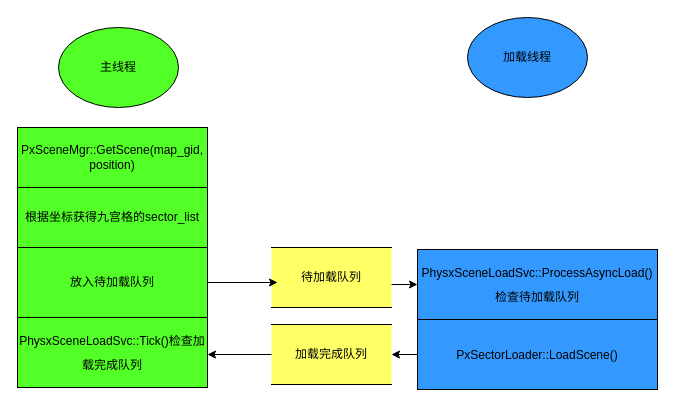
Above: docs/Untitled Diagram5.drawio in justinzhuguangwen/behaviac (draw.io), before the change. Source tidied: cells renumbered, new cells numbered last; positions are measured from the earlier drawing's top-left corner, leaving out a move shared by most shapes. Both pictures are drawn from the tidied source at 100%, with x=0, y=0 at pixel (17, 17).
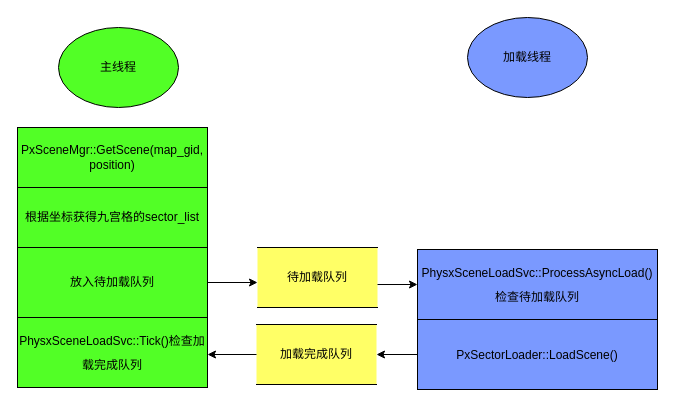
Above is the later version.

What changed in the source:
```diff
@@
 <mxGraphModel>
   <root>
     <mxCell id="0" />
     <mxCell id="1" parent="0" />
     <mxCell id="2" value="PxSceneMgr::GetScene(map_gid, position)" style="rounded=0;whiteSpace=wrap;html=1;fillColor=#52FF26;" parent="1" vertex="1">
       <mxGeometry y="110" width="190" height="60" as="geometry" />
     </mxCell>
     <mxCell id="3" value="根据坐标获得九宫格的sector_list" style="rounded=0;whiteSpace=wrap;html=1;fillColor=#52FF26;" parent="1" vertex="1">
       <mxGeometry y="170" width="190" height="60" as="geometry" />
     </mxCell>
     <mxCell id="4" value="放入待加载队列" style="rounded=0;whiteSpace=wrap;html=1;fillColor=#52FF26;" parent="1" vertex="1">
       <mxGeometry y="230" width="190" height="70" as="geometry" />
     </mxCell>
     <mxCell id="5" value="待加载队列" style="shape=partialRectangle;whiteSpace=wrap;html=1;left=0;right=0;fillColor=#FFFF66;" parent="1" vertex="1">
-      <mxGeometry x="254" y="230" width="120" height="60" as="geometry" />
+      <mxGeometry x="240" y="230" width="120" height="60" as="geometry" />
     </mxCell>
     <mxCell id="6" value="加载完成队列" style="shape=partialRectangle;whiteSpace=wrap;html=1;left=0;right=0;fillColor=#FFFF66;" parent="1" vertex="1">
-      <mxGeometry x="254" y="307" width="120" height="60" as="geometry" />
+      <mxGeometry x="239" y="307" width="120" height="60" as="geometry" />
     </mxCell>
     <mxCell id="7" style="endArrow=classic;html=1;rounded=0;exitX=1;exitY=0.5;exitDx=0;exitDy=0;" parent="1" edge="1" source="4">
       <mxGeometry relative="1" as="geometry">
-        <mxPoint x="260" y="265" as="targetPoint" />
+        <mxPoint x="240" y="265" as="targetPoint" />
       </mxGeometry>
     </mxCell>
-    <mxCell id="8" value="&lt;div style=&quot;line-height: 24px;&quot;&gt;PhysxSceneLoadSvc::ProcessAsyncLoad()检查待加载队列&lt;/div&gt;" style="rounded=0;whiteSpace=wrap;html=1;fillColor=#3399FF;" parent="1" vertex="1">
+    <mxCell id="8" value="&lt;div style=&quot;line-height: 24px;&quot;&gt;PhysxSceneLoadSvc::ProcessAsyncLoad()检查待加载队列&lt;/div&gt;" style="rounded=0;whiteSpace=wrap;html=1;fillColor=#7A99FF;" parent="1" vertex="1">
       <mxGeometry x="400" y="232" width="240" height="70" as="geometry" />
     </mxCell>
     <mxCell id="9" style="endArrow=classic;html=1;rounded=0;exitX=1;exitY=0.617;exitDx=0;exitDy=0;exitPerimeter=0;entryX=0;entryY=0.5;entryDx=0;entryDy=0;" parent="1" edge="1" source="5" target="8">
       <mxGeometry relative="1" as="geometry" />
     </mxCell>
-    <mxCell id="10" value="&lt;div style=&quot;line-height: 24px;&quot;&gt;PxSectorLoader::LoadScene()&lt;/div&gt;" style="rounded=0;whiteSpace=wrap;html=1;fillColor=#3399FF;" parent="1" vertex="1">
+    <mxCell id="10" value="&lt;div style=&quot;line-height: 24px;&quot;&gt;PxSectorLoader::LoadScene()&lt;/div&gt;" style="rounded=0;whiteSpace=wrap;html=1;fillColor=#7A99FF;" parent="1" vertex="1">
       <mxGeometry x="400" y="302" width="240" height="70" as="geometry" />
     </mxCell>
     <mxCell id="11" value="&lt;div style=&quot;line-height: 24px;&quot;&gt;PhysxSceneLoadSvc::Tick()检查加载完成队列&lt;/div&gt;" style="rounded=0;whiteSpace=wrap;html=1;fillColor=#52FF26;" parent="1" vertex="1">
       <mxGeometry y="300" width="190" height="70" as="geometry" />
     </mxCell>
     <mxCell id="12" style="endArrow=classic;html=1;rounded=0;exitX=0;exitY=0.5;exitDx=0;exitDy=0;entryX=1;entryY=0.5;entryDx=0;entryDy=0;" parent="1" edge="1" source="10" target="6">
       <mxGeometry relative="1" as="geometry" />
     </mxCell>
     <mxCell id="13" style="endArrow=classic;html=1;rounded=0;exitX=0;exitY=0.5;exitDx=0;exitDy=0;" parent="1" edge="1" source="6">
       <mxGeometry relative="1" as="geometry">
         <mxPoint x="190" y="337" as="targetPoint" />
       </mxGeometry>
     </mxCell>
     <mxCell id="14" value="主线程" style="ellipse;whiteSpace=wrap;html=1;fillColor=#52FF26;" parent="1" vertex="1">
       <mxGeometry x="41" y="10" width="120" height="80" as="geometry" />
     </mxCell>
-    <mxCell id="15" value="加载线程" style="ellipse;whiteSpace=wrap;html=1;fillColor=#3399FF;" parent="1" vertex="1">
+    <mxCell id="15" value="加载线程" style="ellipse;whiteSpace=wrap;html=1;fillColor=#7A99FF;" parent="1" vertex="1">
       <mxGeometry x="450" width="120" height="80" as="geometry" />
     </mxCell>
   </root>
 </mxGraphModel>
```
